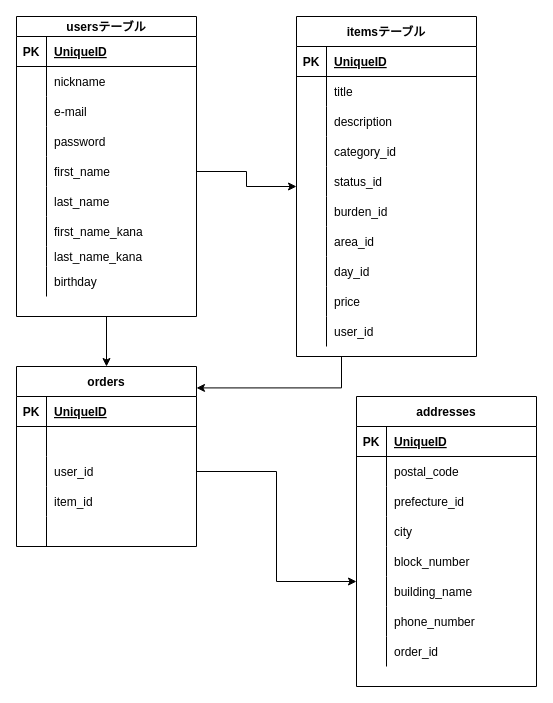
This is test.dio from kakeru0129/furima-35417, a draw.io file, before an edit. Source tidied: cells renumbered, new cells numbered last; positions are measured from the earlier drawing's top-left corner, leaving out a move shared by most shapes. Both pictures are drawn from the tidied source at 100%, with x=0, y=0 at pixel (16, 16).
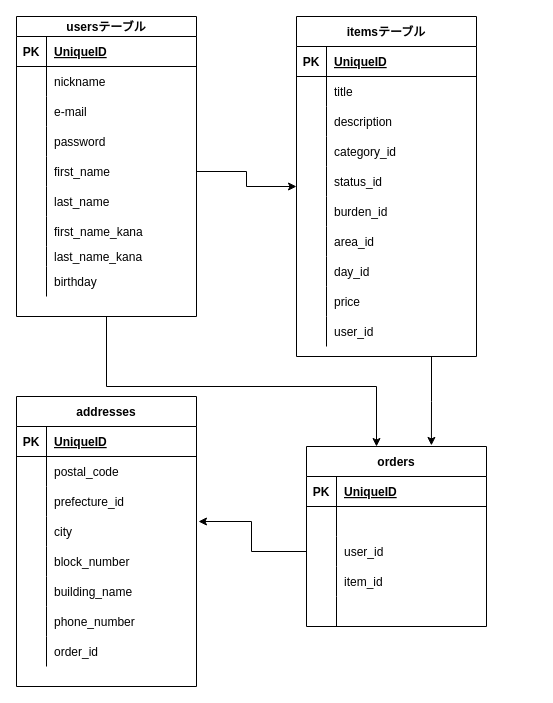
The same diagram, later.

The change refers to these unchanged cells:
```xml
<mxCell id="3" value="usersテーブル" style="shape=table;startSize=20;childLayout=tableLayout;rowLines=0;fontStyle=1;align=center;" parent="1" vertex="1">
  <mxGeometry width="180" height="300" as="geometry" />
</mxCell>
<mxCell id="32" value="itemsテーブル" style="shape=table;startSize=30;childLayout=tableLayout;rowLines=0;fontStyle=1;align=center;" parent="1" vertex="1">
  <mxGeometry x="280" width="180" height="340" as="geometry" />
</mxCell>
<mxCell id="70" style="shape=partialRectangle;fillColor=none;top=0;left=0;bottom=0;right=0;points=[[0,0.5],[1,0.5]];portConstraint=eastwest;" parent="63" vertex="1">
  <mxGeometry y="90" width="180" height="30" as="geometry" />
</mxCell>
<mxCell id="89" style="shape=partialRectangle;fillColor=none;top=0;left=0;bottom=0;right=0;points=[[0,0.5],[1,0.5]];portConstraint=eastwest;" parent="79" vertex="1">
  <mxGeometry y="120" width="180" height="30" as="geometry" />
</mxCell>
<mxCell id="95" style="shape=partialRectangle;fillColor=none;top=0;left=0;bottom=0;right=0;points=[[0,0.5],[1,0.5]];portConstraint=eastwest;" parent="79" vertex="1">
  <mxGeometry y="180" width="180" height="30" as="geometry" />
</mxCell>
```

Change to the diagram source:
```diff
@@
     <mxCell id="2" style="edgeStyle=orthogonalEdgeStyle;rounded=0;jettySize=auto;html=1;exitX=0.5;exitY=1;exitDx=0;exitDy=0;" parent="1" edge="1" source="3" target="63">
-      <mxGeometry relative="1" as="geometry" />
+      <mxGeometry relative="1" as="geometry">
+        <Array as="points">
+          <mxPoint x="90" y="370" />
+          <mxPoint x="360" y="370" />
+        </Array>
+      </mxGeometry>
     </mxCell>
@@
-    <mxCell id="31" style="edgeStyle=orthogonalEdgeStyle;rounded=0;jettySize=auto;html=1;exitX=0.25;exitY=1;exitDx=0;exitDy=0;entryX=1;entryY=0.119;entryDx=0;entryDy=0;entryPerimeter=0;" parent="1" edge="1" source="32" target="63">
+    <mxCell id="31" style="edgeStyle=orthogonalEdgeStyle;rounded=0;jettySize=auto;html=1;exitX=0.75;exitY=1;exitDx=0;exitDy=0;entryX=0.694;entryY=-0.006;entryDx=0;entryDy=0;entryPerimeter=0;" parent="1" edge="1" source="32" target="63">
       <mxGeometry relative="1" as="geometry" />
     </mxCell>
@@
     <mxCell id="63" value="orders" style="shape=table;startSize=30;childLayout=tableLayout;rowLines=0;fontStyle=1;align=center;" parent="1" vertex="1">
-      <mxGeometry y="350" width="180" height="180" as="geometry" />
+      <mxGeometry x="290" y="430" width="180" height="180" as="geometry" />
     </mxCell>
@@
     <mxCell id="79" value="addresses" style="shape=table;startSize=30;childLayout=tableLayout;rowLines=0;fontStyle=1;align=center;" parent="1" vertex="1">
-      <mxGeometry x="340" y="380" width="180" height="290" as="geometry" />
+      <mxGeometry y="380" width="180" height="290" as="geometry" />
     </mxCell>
@@
-    <mxCell id="105" style="edgeStyle=orthogonalEdgeStyle;rounded=0;jettySize=auto;html=1;exitX=1;exitY=0.5;exitDx=0;exitDy=0;entryX=0;entryY=0.167;entryDx=0;entryDy=0;entryPerimeter=0;" parent="1" edge="1" source="70" target="95">
-      <mxGeometry relative="1" as="geometry" />
-    </mxCell>
+    <mxCell id="106" style="edgeStyle=orthogonalEdgeStyle;rounded=0;jettySize=auto;html=1;exitX=0;exitY=0.5;exitDx=0;exitDy=0;entryX=1.011;entryY=0.167;entryDx=0;entryDy=0;entryPerimeter=0;" parent="1" edge="1" source="70" target="89">
+      <mxGeometry relative="1" as="geometry" />
+    </mxCell>
```
